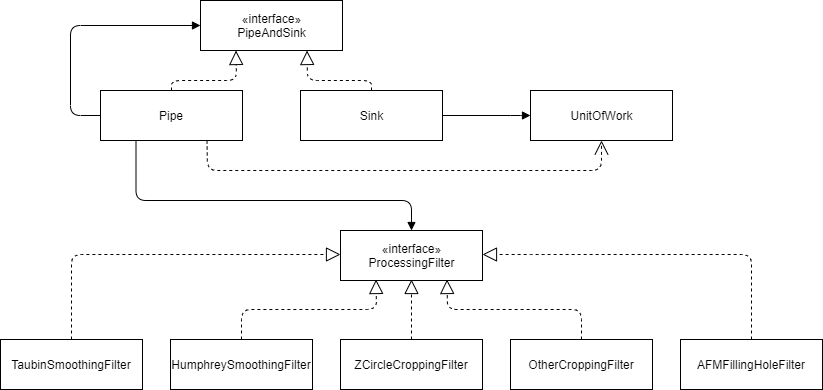
DodoCafe/NTUT2020SpringDesignPatternFinalProject keeps this draw.io diagram as image_class_diagram_3D FER_PipeAndFilter.png. Above is the earlier version. Source tidied: cells renumbered, new cells last; positions are measured from the earlier drawing's top-left corner, leaving out a move shared by most shapes. The source it was exported from:
```xml
<mxGraphModel>
  <root>
    <mxCell id="0" />
    <mxCell id="1" parent="0" />
    <mxCell id="2" value="Pipe" style="rounded=0;whiteSpace=wrap;html=1;" parent="1" vertex="1">
      <mxGeometry x="100" y="90" width="142" height="50" as="geometry" />
    </mxCell>
    <mxCell id="3" style="endArrow=block;dashed=1;endFill=0;endSize=12;html=1;entryX=0.25;entryY=1;entryDx=0;entryDy=0;exitX=0.5;exitY=0;exitDx=0;exitDy=0;" parent="1" edge="1" source="2">
      <mxGeometry relative="1" as="geometry">
        <mxPoint x="235.5" y="50" as="targetPoint" />
        <Array as="points">
          <mxPoint x="171" y="80" />
          <mxPoint x="236" y="80" />
        </Array>
      </mxGeometry>
    </mxCell>
    <mxCell id="4" value="TaubinSmoothingFilter" style="rounded=0;whiteSpace=wrap;html=1;" parent="1" vertex="1">
      <mxGeometry y="339" width="142" height="50" as="geometry" />
    </mxCell>
    <mxCell id="5" value="HumphreySmoothingFilter" style="rounded=0;whiteSpace=wrap;html=1;" parent="1" vertex="1">
      <mxGeometry x="170" y="339" width="142" height="50" as="geometry" />
    </mxCell>
    <mxCell id="6" value="ZCircleCroppingFilter" style="rounded=0;whiteSpace=wrap;html=1;" parent="1" vertex="1">
      <mxGeometry x="340" y="339" width="142" height="50" as="geometry" />
    </mxCell>
    <mxCell id="7" value="OtherCroppingFilter" style="rounded=0;whiteSpace=wrap;html=1;" parent="1" vertex="1">
      <mxGeometry x="510" y="339" width="142" height="50" as="geometry" />
    </mxCell>
    <mxCell id="8" value="AFMFillingHoleFilter" style="rounded=0;whiteSpace=wrap;html=1;" parent="1" vertex="1">
      <mxGeometry x="680" y="339" width="142" height="50" as="geometry" />
    </mxCell>
    <mxCell id="9" style="endArrow=block;dashed=1;endFill=0;endSize=12;html=1;entryX=0.75;entryY=1;entryDx=0;entryDy=0;exitX=0.5;exitY=0;exitDx=0;exitDy=0;" parent="1" edge="1">
      <mxGeometry relative="1" as="geometry">
        <mxPoint x="371" y="90" as="sourcePoint" />
        <mxPoint x="306.5" y="50" as="targetPoint" />
        <Array as="points">
          <mxPoint x="371" y="80" />
          <mxPoint x="307" y="80" />
        </Array>
      </mxGeometry>
    </mxCell>
    <mxCell id="10" style="endArrow=block;dashed=1;endFill=0;endSize=12;html=1;entryX=0;entryY=0.5;entryDx=0;entryDy=0;exitX=0.5;exitY=0;exitDx=0;exitDy=0;" parent="1" edge="1" source="4">
      <mxGeometry relative="1" as="geometry">
        <mxPoint x="340" y="254" as="targetPoint" />
        <Array as="points">
          <mxPoint x="71" y="254" />
        </Array>
      </mxGeometry>
    </mxCell>
    <mxCell id="11" style="endArrow=block;dashed=1;endFill=0;endSize=12;html=1;entryX=1;entryY=0.5;entryDx=0;entryDy=0;exitX=0.5;exitY=0;exitDx=0;exitDy=0;" parent="1" edge="1" source="8">
      <mxGeometry relative="1" as="geometry">
        <mxPoint x="482" y="254" as="targetPoint" />
        <Array as="points">
          <mxPoint x="751" y="254" />
          <mxPoint x="540" y="254" />
        </Array>
      </mxGeometry>
    </mxCell>
    <mxCell id="12" style="endArrow=block;dashed=1;endFill=0;endSize=12;html=1;entryX=0.25;entryY=1;entryDx=0;entryDy=0;exitX=0.5;exitY=0;exitDx=0;exitDy=0;" parent="1" edge="1" source="5">
      <mxGeometry relative="1" as="geometry">
        <mxPoint x="375.5" y="279" as="targetPoint" />
        <Array as="points">
          <mxPoint x="241" y="309" />
          <mxPoint x="376" y="309" />
        </Array>
      </mxGeometry>
    </mxCell>
    <mxCell id="13" style="endArrow=block;dashed=1;endFill=0;endSize=12;html=1;entryX=0.5;entryY=1;entryDx=0;entryDy=0;exitX=0.5;exitY=0;exitDx=0;exitDy=0;" parent="1" edge="1" source="6">
      <mxGeometry relative="1" as="geometry">
        <mxPoint x="411" y="279" as="targetPoint" />
        <Array as="points">
          <mxPoint x="411" y="319" />
        </Array>
      </mxGeometry>
    </mxCell>
    <mxCell id="14" style="endArrow=block;dashed=1;endFill=0;endSize=12;html=1;entryX=0.75;entryY=1;entryDx=0;entryDy=0;exitX=0.5;exitY=0;exitDx=0;exitDy=0;" parent="1" edge="1" source="7">
      <mxGeometry relative="1" as="geometry">
        <mxPoint x="446.5" y="279" as="targetPoint" />
        <Array as="points">
          <mxPoint x="581" y="309" />
          <mxPoint x="447" y="309" />
        </Array>
      </mxGeometry>
    </mxCell>
    <mxCell id="15" value="«interface»&lt;br&gt;PipeAndSink" style="html=1;" parent="1" vertex="1">
      <mxGeometry x="200" width="142" height="50" as="geometry" />
    </mxCell>
    <mxCell id="16" value="Sink" style="html=1;" parent="1" vertex="1">
      <mxGeometry x="300" y="90" width="142" height="50" as="geometry" />
    </mxCell>
    <mxCell id="17" value="«interface»&lt;br&gt;ProcessingFilter" style="html=1;" parent="1" vertex="1">
      <mxGeometry x="340" y="230" width="142" height="50" as="geometry" />
    </mxCell>
    <mxCell id="18" style="endArrow=block;endFill=1;html=1;edgeStyle=orthogonalEdgeStyle;align=left;verticalAlign=top;exitX=0.25;exitY=1;exitDx=0;exitDy=0;entryX=0.5;entryY=0;entryDx=0;entryDy=0;" parent="1" edge="1" source="2" target="17">
      <mxGeometry y="110" relative="1" as="geometry">
        <Array as="points">
          <mxPoint x="136" y="200" />
          <mxPoint x="411" y="200" />
        </Array>
      </mxGeometry>
    </mxCell>
    <mxCell id="19" style="html=1;align=left;verticalAlign=bottom;labelBackgroundColor=#ffffff;fontSize=10;" parent="18" vertex="1">
      <mxGeometry x="-1" relative="1" as="geometry">
        <mxPoint x="231" y="-130" as="offset" />
      </mxGeometry>
    </mxCell>
    <mxCell id="20" style="endArrow=block;endFill=1;html=1;edgeStyle=orthogonalEdgeStyle;align=left;verticalAlign=top;exitX=0;exitY=0.5;exitDx=0;exitDy=0;entryX=0;entryY=0.5;entryDx=0;entryDy=0;" parent="1" edge="1" source="2" target="15">
      <mxGeometry y="110" relative="1" as="geometry">
        <Array as="points">
          <mxPoint x="70" y="115" />
          <mxPoint x="70" y="25" />
        </Array>
      </mxGeometry>
    </mxCell>
    <mxCell id="21" style="html=1;align=left;verticalAlign=bottom;labelBackgroundColor=#ffffff;fontSize=10;" parent="20" vertex="1">
      <mxGeometry x="-1" relative="1" as="geometry">
        <mxPoint x="231" y="-130" as="offset" />
      </mxGeometry>
    </mxCell>
    <mxCell id="22" value="UnitOfWork" style="html=1;" parent="1" vertex="1">
      <mxGeometry x="530" y="90" width="142" height="50" as="geometry" />
    </mxCell>
    <mxCell id="23" style="endArrow=block;endFill=1;html=1;edgeStyle=orthogonalEdgeStyle;align=left;verticalAlign=top;entryX=0;entryY=0.5;entryDx=0;entryDy=0;exitX=1;exitY=0.5;exitDx=0;exitDy=0;" parent="1" edge="1" source="16" target="22">
      <mxGeometry y="110" relative="1" as="geometry">
        <Array as="points">
          <mxPoint x="520" y="115" />
          <mxPoint x="520" y="115" />
        </Array>
      </mxGeometry>
    </mxCell>
    <mxCell id="24" style="html=1;align=left;verticalAlign=bottom;labelBackgroundColor=#ffffff;fontSize=10;" parent="23" vertex="1">
      <mxGeometry x="-1" relative="1" as="geometry">
        <mxPoint x="231" y="-130" as="offset" />
      </mxGeometry>
    </mxCell>
    <mxCell id="25" style="endArrow=open;endSize=12;dashed=1;html=1;exitX=0.75;exitY=1;exitDx=0;exitDy=0;entryX=0.5;entryY=1;entryDx=0;entryDy=0;" parent="1" edge="1" source="2" target="22">
      <mxGeometry x="-0.03" y="-76" relative="1" as="geometry">
        <Array as="points">
          <mxPoint x="207" y="170" />
          <mxPoint x="601" y="170" />
        </Array>
      </mxGeometry>
    </mxCell>
  </root>
</mxGraphModel>
```
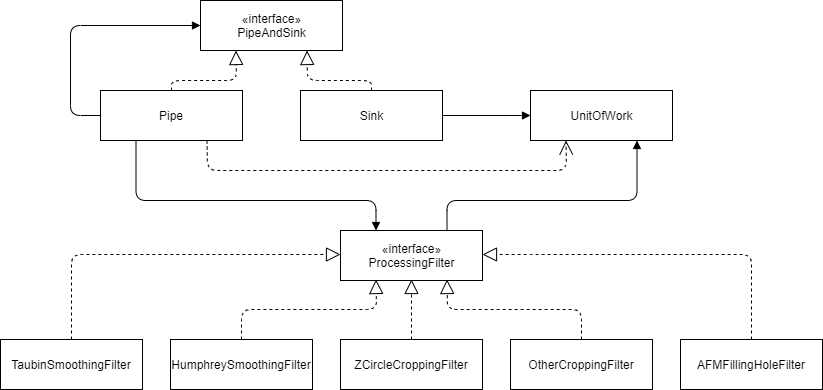
The same file after the commit.

Commit message:
Modified 3d fer pipe and filter class diagram

Diff of the diagram source:
```diff
@@ -91,11 +91,11 @@
     <mxCell id="17" value="«interface»&lt;br&gt;ProcessingFilter" style="html=1;" parent="1" vertex="1">
       <mxGeometry x="340" y="230" width="142" height="50" as="geometry" />
     </mxCell>
-    <mxCell id="18" style="endArrow=block;endFill=1;html=1;edgeStyle=orthogonalEdgeStyle;align=left;verticalAlign=top;exitX=0.25;exitY=1;exitDx=0;exitDy=0;entryX=0.5;entryY=0;entryDx=0;entryDy=0;" parent="1" edge="1" source="2" target="17">
+    <mxCell id="18" style="endArrow=block;endFill=1;html=1;edgeStyle=orthogonalEdgeStyle;align=left;verticalAlign=top;exitX=0.25;exitY=1;exitDx=0;exitDy=0;entryX=0.25;entryY=0;entryDx=0;entryDy=0;" parent="1" edge="1" source="2" target="17">
       <mxGeometry y="110" relative="1" as="geometry">
         <Array as="points">
           <mxPoint x="136" y="200" />
-          <mxPoint x="411" y="200" />
+          <mxPoint x="376" y="200" />
         </Array>
       </mxGeometry>
     </mxCell>
@@ -133,13 +133,26 @@
         <mxPoint x="231" y="-130" as="offset" />
       </mxGeometry>
     </mxCell>
-    <mxCell id="25" style="endArrow=open;endSize=12;dashed=1;html=1;exitX=0.75;exitY=1;exitDx=0;exitDy=0;entryX=0.5;entryY=1;entryDx=0;entryDy=0;" parent="1" edge="1" source="2" target="22">
+    <mxCell id="25" style="endArrow=open;endSize=12;dashed=1;html=1;exitX=0.75;exitY=1;exitDx=0;exitDy=0;entryX=0.25;entryY=1;entryDx=0;entryDy=0;" parent="1" edge="1" source="2" target="22">
       <mxGeometry x="-0.03" y="-76" relative="1" as="geometry">
         <Array as="points">
           <mxPoint x="207" y="170" />
-          <mxPoint x="601" y="170" />
+          <mxPoint x="566" y="170" />
         </Array>
       </mxGeometry>
     </mxCell>
+    <mxCell id="26" style="endArrow=block;endFill=1;html=1;edgeStyle=orthogonalEdgeStyle;align=left;verticalAlign=top;exitX=0.75;exitY=0;exitDx=0;exitDy=0;entryX=0.75;entryY=1;entryDx=0;entryDy=0;" parent="1" edge="1" source="17" target="22">
+      <mxGeometry y="110" relative="1" as="geometry">
+        <Array as="points">
+          <mxPoint x="447" y="200" />
+          <mxPoint x="637" y="200" />
+        </Array>
+      </mxGeometry>
+    </mxCell>
+    <mxCell id="27" style="html=1;align=left;verticalAlign=bottom;labelBackgroundColor=#ffffff;fontSize=10;" parent="26" vertex="1">
+      <mxGeometry x="-1" relative="1" as="geometry">
+        <mxPoint x="231" y="-130" as="offset" />
+      </mxGeometry>
+    </mxCell>
   </root>
 </mxGraphModel>
```
